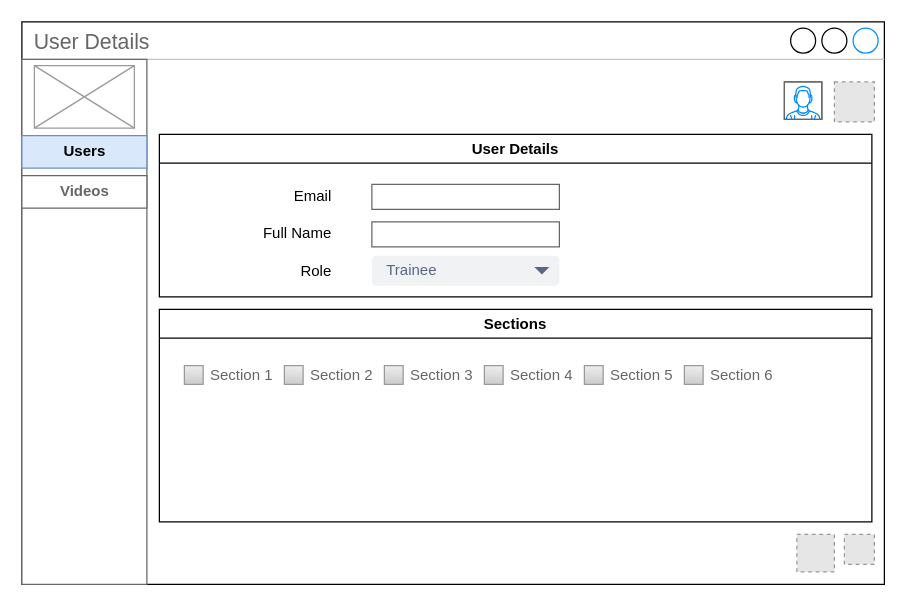
Above: page "Admin/Reviewer - User Details" (7 of 10) of Untitled Diagram.drawio in wowarjuna/ivod (draw.io), before the change. Source tidied: cells renumbered, new cells numbered last; positions are measured from the earlier drawing's top-left corner, leaving out a move shared by most shapes. Both pictures are drawn from the tidied source at 125%, with x=0, y=0 at pixel (21, 21). Pictures stored in the file or linked from it are replaced by grey dashed boxes.
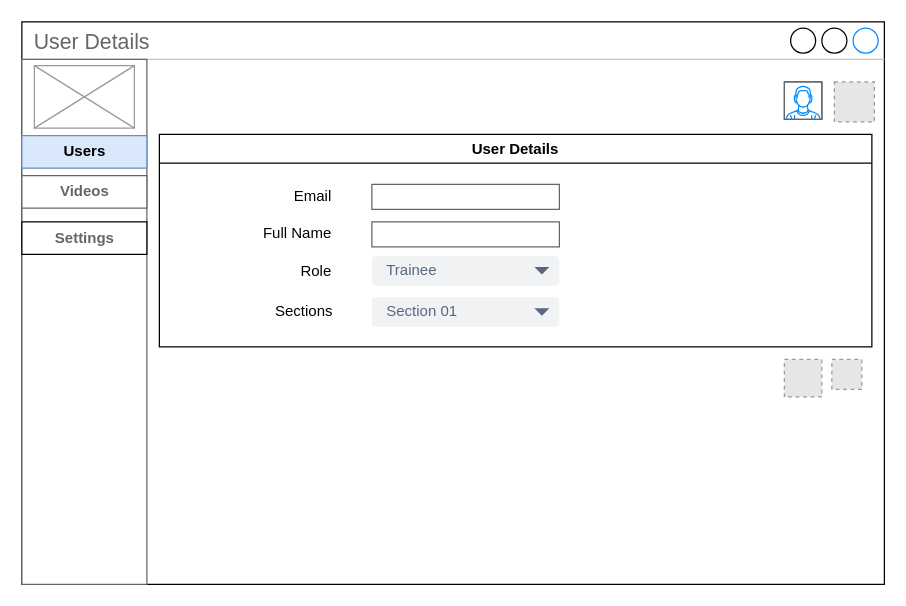
The same page after the edit.

Unchanged cells that the change refers to:
```xml
<mxCell id="5" style="strokeWidth=1;shadow=0;dashed=0;align=center;html=1;shape=mxgraph.mockup.containers.rrect;rSize=0;strokeColor=#666666;" parent="1" vertex="1">
  <mxGeometry y="30" width="100" height="420" as="geometry" />
</mxCell>
```

Diff of the diagram source:
```diff
@@
+    <mxCell id="26" value="Settings" style="strokeWidth=1;shadow=0;dashed=0;align=center;html=1;shape=mxgraph.mockup.containers.rrect;rSize=0;fontSize=12;fontStyle=1;fontColor=#666666;" parent="5" vertex="1">
+      <mxGeometry y="130" width="100" height="26" as="geometry" />
+    </mxCell>
     <mxCell id="9" value="User Details" style="swimlane;fontSize=12;align=center;" parent="1" vertex="1">
-      <mxGeometry x="110" y="90" width="570" height="130" as="geometry" />
+      <mxGeometry x="110" y="90" width="570" height="170" as="geometry" />
     </mxCell>
@@
-    <mxCell id="11" value="Sections" style="swimlane;fontSize=12;align=center;" parent="1" vertex="1">
-      <mxGeometry x="110" y="230" width="570" height="170" as="geometry" />
-    </mxCell>
-    <mxCell id="12" value="Section 1" style="strokeWidth=1;shadow=0;dashed=0;align=center;html=1;shape=mxgraph.mockup.forms.rrect;rSize=0;fillColor=#eeeeee;strokeColor=#999999;gradientColor=#cccccc;align=left;spacingLeft=4;fontSize=12;fontColor=#666666;labelPosition=right;" parent="11" vertex="1">
-      <mxGeometry x="20" y="45" width="15" height="15" as="geometry" />
-    </mxCell>
-    <mxCell id="13" value="Section 2" style="strokeWidth=1;shadow=0;dashed=0;align=center;html=1;shape=mxgraph.mockup.forms.rrect;rSize=0;fillColor=#eeeeee;strokeColor=#999999;gradientColor=#cccccc;align=left;spacingLeft=4;fontSize=12;fontColor=#666666;labelPosition=right;" parent="1" vertex="1">
-      <mxGeometry x="210" y="275" width="15" height="15" as="geometry" />
-    </mxCell>
-    <mxCell id="14" value="Section 3" style="strokeWidth=1;shadow=0;dashed=0;align=center;html=1;shape=mxgraph.mockup.forms.rrect;rSize=0;fillColor=#eeeeee;strokeColor=#999999;gradientColor=#cccccc;align=left;spacingLeft=4;fontSize=12;fontColor=#666666;labelPosition=right;" parent="1" vertex="1">
-      <mxGeometry x="290" y="275" width="15" height="15" as="geometry" />
-    </mxCell>
-    <mxCell id="15" value="Section 4" style="strokeWidth=1;shadow=0;dashed=0;align=center;html=1;shape=mxgraph.mockup.forms.rrect;rSize=0;fillColor=#eeeeee;strokeColor=#999999;gradientColor=#cccccc;align=left;spacingLeft=4;fontSize=12;fontColor=#666666;labelPosition=right;" parent="1" vertex="1">
-      <mxGeometry x="370" y="275" width="15" height="15" as="geometry" />
-    </mxCell>
-    <mxCell id="16" value="Section 5" style="strokeWidth=1;shadow=0;dashed=0;align=center;html=1;shape=mxgraph.mockup.forms.rrect;rSize=0;fillColor=#eeeeee;strokeColor=#999999;gradientColor=#cccccc;align=left;spacingLeft=4;fontSize=12;fontColor=#666666;labelPosition=right;" parent="1" vertex="1">
-      <mxGeometry x="450" y="275" width="15" height="15" as="geometry" />
-    </mxCell>
-    <mxCell id="17" value="Section 6" style="strokeWidth=1;shadow=0;dashed=0;align=center;html=1;shape=mxgraph.mockup.forms.rrect;rSize=0;fillColor=#eeeeee;strokeColor=#999999;gradientColor=#cccccc;align=left;spacingLeft=4;fontSize=12;fontColor=#666666;labelPosition=right;" parent="1" vertex="1">
-      <mxGeometry x="530" y="275" width="15" height="15" as="geometry" />
-    </mxCell>
@@
     <mxCell id="21" style="fillColor=#E6E6E6;strokeColor=#999999;dashed=1;html=1;verticalAlign=top;verticalLabelPosition=bottom;labelBackgroundColor=#ffffff;fontSize=12;align=right;" parent="1" vertex="1">
-      <mxGeometry x="620" y="410" width="30" height="30" as="geometry" />
+      <mxGeometry x="610" y="270" width="30" height="30" as="geometry" />
     </mxCell>
     <mxCell id="22" style="fillColor=#E6E6E6;strokeColor=#999999;dashed=1;html=1;verticalAlign=top;verticalLabelPosition=bottom;labelBackgroundColor=#ffffff;fontSize=12;align=right;" parent="1" vertex="1">
-      <mxGeometry x="658" y="410" width="24" height="24" as="geometry" />
+      <mxGeometry x="648" y="270" width="24" height="24" as="geometry" />
     </mxCell>
@@
+    <mxCell id="11" value="Sections" style="text;html=1;strokeColor=none;fillColor=none;align=right;verticalAlign=middle;whiteSpace=wrap;rounded=0;fontSize=12;" parent="1" vertex="1">
+      <mxGeometry x="121" y="222" width="130" height="20" as="geometry" />
+    </mxCell>
+    <mxCell id="27" value="Section 01" style="rounded=1;fillColor=#F1F2F4;strokeColor=none;html=1;fontColor=#596780;align=left;fontSize=12;spacingLeft=10;" parent="1" vertex="1">
+      <mxGeometry x="280" y="220" width="150" height="24" as="geometry" />
+    </mxCell>
+    <mxCell id="28" style="shape=triangle;direction=south;fillColor=#596780;strokeColor=none;html=1;" parent="27" vertex="1">
+      <mxGeometry x="1" y="0.5" width="12" height="6" relative="1" as="geometry">
+        <mxPoint x="-20" y="-3" as="offset" />
+      </mxGeometry>
+    </mxCell>
```
